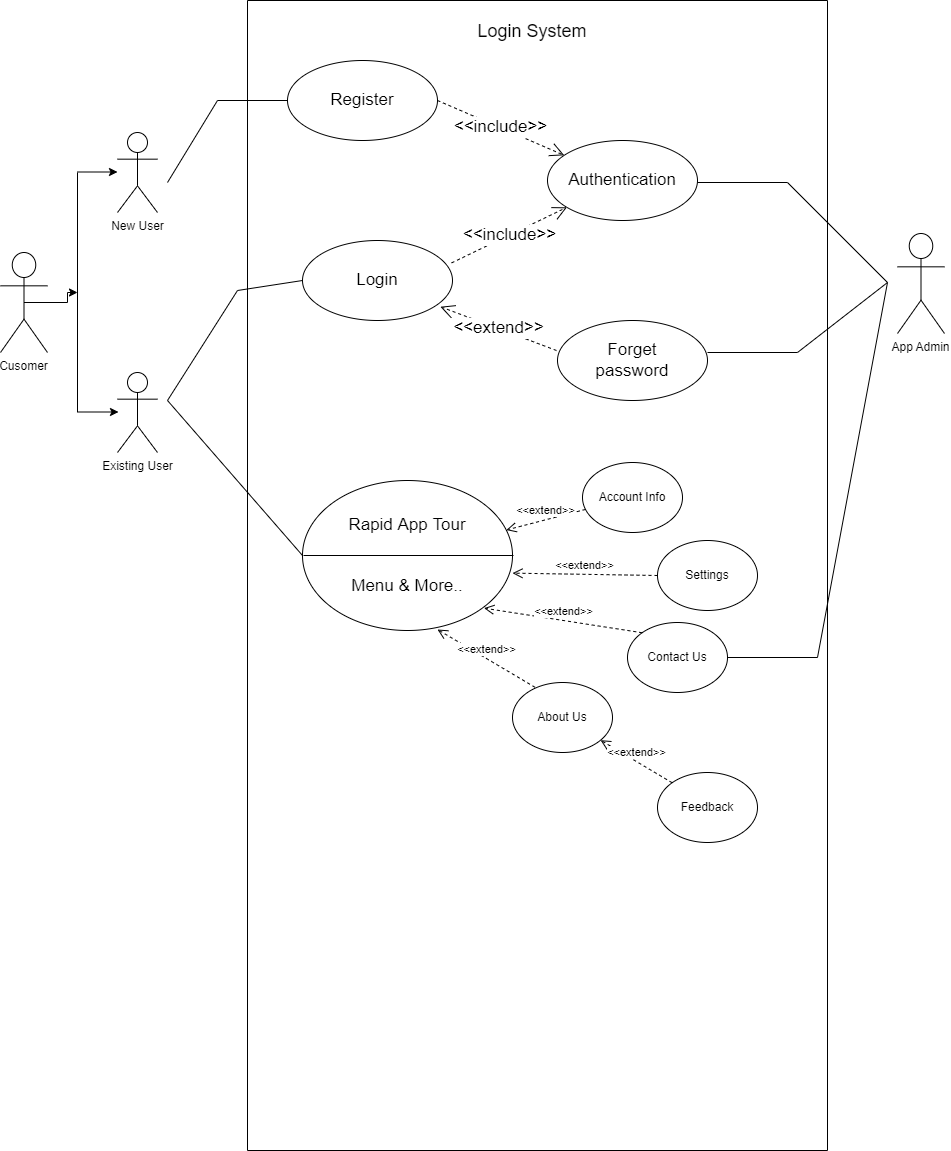
This is Login_form.drawio.png from BhavishyaBhojwani/Event-Management-System, a draw.io export, as it was before one commit. Source tidied: cells renumbered, new cells last; positions are measured from the earlier drawing's top-left corner, leaving out a move shared by most shapes. Its diagram source:
```xml
<mxGraphModel>
  <root>
    <mxCell id="0" />
    <mxCell id="1" parent="0" />
    <mxCell id="2" style="edgeStyle=orthogonalEdgeStyle;rounded=0;jettySize=auto;html=1;exitX=0.5;exitY=0.5;exitDx=0;exitDy=0;exitPerimeter=0;" parent="1" edge="1" source="3">
      <mxGeometry relative="1" as="geometry">
        <mxPoint x="77" y="292" as="targetPoint" />
      </mxGeometry>
    </mxCell>
    <mxCell id="3" value="Cusomer" style="shape=umlActor;verticalLabelPosition=bottom;verticalAlign=top;outlineConnect=0;" parent="1" vertex="1">
      <mxGeometry y="252" width="47" height="100" as="geometry" />
    </mxCell>
    <mxCell id="4" value="New User" style="shape=umlActor;verticalLabelPosition=bottom;verticalAlign=top;html=1;" parent="1" vertex="1">
      <mxGeometry x="117" y="132" width="40" height="80" as="geometry" />
    </mxCell>
    <mxCell id="5" value="Existing User" style="shape=umlActor;verticalLabelPosition=bottom;verticalAlign=top;html=1;" parent="1" vertex="1">
      <mxGeometry x="117" y="372" width="40" height="80" as="geometry" />
    </mxCell>
    <mxCell id="6" style="endArrow=none;html=1;rounded=0;" parent="1" edge="1">
      <mxGeometry relative="1" as="geometry">
        <mxPoint x="77" y="412" as="sourcePoint" />
        <mxPoint x="77" y="172" as="targetPoint" />
      </mxGeometry>
    </mxCell>
    <mxCell id="7" style="endArrow=classic;html=1;rounded=0;" parent="1" edge="1">
      <mxGeometry relative="1" as="geometry">
        <mxPoint x="77" y="171.5" as="sourcePoint" />
        <mxPoint x="117" y="171.5" as="targetPoint" />
      </mxGeometry>
    </mxCell>
    <mxCell id="8" style="endArrow=classic;html=1;rounded=0;" parent="1" edge="1">
      <mxGeometry relative="1" as="geometry">
        <mxPoint x="78" y="411.5" as="sourcePoint" />
        <mxPoint x="118" y="411.5" as="targetPoint" />
      </mxGeometry>
    </mxCell>
    <mxCell id="9" style="swimlane;whiteSpace=wrap;html=1;align=center;startSize=0;" parent="1" vertex="1">
      <mxGeometry x="247" width="580" height="1150" as="geometry" />
    </mxCell>
    <mxCell id="10" value="Register" style="ellipse;whiteSpace=wrap;html=1;fontSize=17;" parent="9" vertex="1">
      <mxGeometry x="40" y="60" width="150" height="80" as="geometry" />
    </mxCell>
    <mxCell id="11" value="Login" style="ellipse;whiteSpace=wrap;html=1;fontSize=17;" parent="9" vertex="1">
      <mxGeometry x="55" y="240" width="150" height="80" as="geometry" />
    </mxCell>
    <mxCell id="12" value="Authentication" style="ellipse;whiteSpace=wrap;html=1;fontSize=17;" parent="9" vertex="1">
      <mxGeometry x="300" y="140" width="150" height="80" as="geometry" />
    </mxCell>
    <mxCell id="13" value="Forget&lt;br&gt;password" style="ellipse;whiteSpace=wrap;html=1;fontSize=17;" parent="9" vertex="1">
      <mxGeometry x="310" y="320" width="150" height="80" as="geometry" />
    </mxCell>
    <mxCell id="14" value="&amp;lt;&amp;lt;include&amp;gt;&amp;gt;" style="endArrow=open;endSize=12;dashed=1;html=1;rounded=0;fontSize=17;exitX=0.994;exitY=0.28;exitDx=0;exitDy=0;exitPerimeter=0;" parent="9" edge="1" source="11" target="12">
      <mxGeometry relative="1" as="geometry" />
    </mxCell>
    <mxCell id="15" value="&amp;lt;&amp;lt;include&amp;gt;&amp;gt;" style="endArrow=open;endSize=12;dashed=1;html=1;rounded=0;fontSize=17;exitX=1;exitY=0.5;exitDx=0;exitDy=0;" parent="9" edge="1" source="10" target="12">
      <mxGeometry relative="1" as="geometry" />
    </mxCell>
    <mxCell id="16" value="&amp;lt;&amp;lt;extend&amp;gt;&amp;gt;" style="endArrow=open;endSize=12;dashed=1;html=1;rounded=0;fontSize=17;entryX=0.926;entryY=0.828;entryDx=0;entryDy=0;entryPerimeter=0;" parent="9" edge="1">
      <mxGeometry relative="1" as="geometry">
        <mxPoint x="309" y="350" as="sourcePoint" />
        <mxPoint x="192.9" y="306.2" as="targetPoint" />
      </mxGeometry>
    </mxCell>
    <mxCell id="17" style="endArrow=none;html=1;rounded=0;fontSize=17;" parent="9" edge="1">
      <mxGeometry relative="1" as="geometry">
        <mxPoint x="-80" y="182" as="sourcePoint" />
        <mxPoint x="40" y="100" as="targetPoint" />
        <Array as="points">
          <mxPoint x="-30" y="100" />
        </Array>
      </mxGeometry>
    </mxCell>
    <mxCell id="18" style="endArrow=none;html=1;rounded=0;fontSize=17;exitX=0;exitY=0.5;exitDx=0;exitDy=0;" parent="9" edge="1" source="19">
      <mxGeometry relative="1" as="geometry">
        <mxPoint x="55" y="280" as="targetPoint" />
        <Array as="points">
          <mxPoint x="-80" y="400" />
          <mxPoint x="-10" y="290" />
        </Array>
      </mxGeometry>
    </mxCell>
    <mxCell id="19" value="Rapid App Tour&lt;br&gt;&lt;br&gt;&lt;br&gt;Menu &amp;amp; More.." style="ellipse;whiteSpace=wrap;html=1;fontSize=17;" parent="9" vertex="1">
      <mxGeometry x="55" y="480" width="210" height="150" as="geometry" />
    </mxCell>
    <mxCell id="20" style="endArrow=none;html=1;rounded=0;exitX=0;exitY=0.5;exitDx=0;exitDy=0;entryX=1;entryY=0.5;entryDx=0;entryDy=0;" parent="9" edge="1">
      <mxGeometry relative="1" as="geometry">
        <mxPoint x="56" y="555" as="sourcePoint" />
        <mxPoint x="266" y="555" as="targetPoint" />
      </mxGeometry>
    </mxCell>
    <mxCell id="21" value="&amp;lt;&amp;lt;extend&amp;gt;&amp;gt;" style="html=1;verticalAlign=bottom;endArrow=open;dashed=1;endSize=8;rounded=0;" parent="9" edge="1" source="22" target="19">
      <mxGeometry relative="1" as="geometry" />
    </mxCell>
    <mxCell id="22" value="Account Info" style="ellipse;whiteSpace=wrap;html=1;" parent="9" vertex="1">
      <mxGeometry x="335" y="462" width="100" height="70" as="geometry" />
    </mxCell>
    <mxCell id="23" value="Settings" style="ellipse;whiteSpace=wrap;html=1;" parent="9" vertex="1">
      <mxGeometry x="410" y="540" width="100" height="70" as="geometry" />
    </mxCell>
    <mxCell id="24" value="Contact Us" style="ellipse;whiteSpace=wrap;html=1;" parent="9" vertex="1">
      <mxGeometry x="380" y="622" width="100" height="70" as="geometry" />
    </mxCell>
    <mxCell id="25" value="About Us" style="ellipse;whiteSpace=wrap;html=1;" parent="9" vertex="1">
      <mxGeometry x="265" y="682" width="100" height="70" as="geometry" />
    </mxCell>
    <mxCell id="26" value="&amp;lt;&amp;lt;extend&amp;gt;&amp;gt;" style="html=1;verticalAlign=bottom;endArrow=open;dashed=1;endSize=8;rounded=0;exitX=0;exitY=0.5;exitDx=0;exitDy=0;" parent="9" edge="1" source="23">
      <mxGeometry relative="1" as="geometry">
        <mxPoint x="265" y="572.6" as="targetPoint" />
      </mxGeometry>
    </mxCell>
    <mxCell id="27" value="&amp;lt;&amp;lt;extend&amp;gt;&amp;gt;" style="html=1;verticalAlign=bottom;endArrow=open;dashed=1;endSize=8;rounded=0;exitX=0;exitY=0;exitDx=0;exitDy=0;" parent="9" edge="1" source="24">
      <mxGeometry relative="1" as="geometry">
        <mxPoint x="236.5" y="607.6" as="targetPoint" />
      </mxGeometry>
    </mxCell>
    <mxCell id="28" value="&amp;lt;&amp;lt;extend&amp;gt;&amp;gt;" style="html=1;verticalAlign=bottom;endArrow=open;dashed=1;endSize=8;rounded=0;exitX=0.226;exitY=0.069;exitDx=0;exitDy=0;exitPerimeter=0;" parent="9" edge="1" source="25">
      <mxGeometry relative="1" as="geometry">
        <mxPoint x="190" y="629" as="targetPoint" />
      </mxGeometry>
    </mxCell>
    <mxCell id="29" value="Feedback" style="ellipse;whiteSpace=wrap;html=1;" parent="9" vertex="1">
      <mxGeometry x="410" y="772" width="100" height="70" as="geometry" />
    </mxCell>
    <mxCell id="30" value="&amp;lt;&amp;lt;extend&amp;gt;&amp;gt;" style="html=1;verticalAlign=bottom;endArrow=open;dashed=1;endSize=8;rounded=0;exitX=0;exitY=0;exitDx=0;exitDy=0;" parent="9" edge="1" source="29" target="25">
      <mxGeometry relative="1" as="geometry" />
    </mxCell>
    <mxCell id="31" style="endArrow=none;html=1;rounded=0;" parent="9" edge="1">
      <mxGeometry relative="1" as="geometry">
        <mxPoint x="450" y="182" as="sourcePoint" />
        <mxPoint x="460" y="352" as="targetPoint" />
        <Array as="points">
          <mxPoint x="540" y="182" />
          <mxPoint x="640" y="282" />
          <mxPoint x="550" y="352" />
        </Array>
      </mxGeometry>
    </mxCell>
    <mxCell id="32" value="Login System" style="text;html=1;strokeColor=none;fillColor=none;align=center;verticalAlign=middle;whiteSpace=wrap;rounded=0;fontSize=18;" parent="9" vertex="1">
      <mxGeometry x="220" y="2" width="130" height="58" as="geometry" />
    </mxCell>
    <mxCell id="33" value="App Admin" style="shape=umlActor;verticalLabelPosition=bottom;verticalAlign=top;" parent="1" vertex="1">
      <mxGeometry x="897" y="233" width="47" height="100" as="geometry" />
    </mxCell>
    <mxCell id="34" style="endArrow=none;html=1;rounded=0;exitX=1;exitY=0.5;exitDx=0;exitDy=0;" parent="1" edge="1" source="24">
      <mxGeometry relative="1" as="geometry">
        <mxPoint x="887" y="282" as="targetPoint" />
        <Array as="points">
          <mxPoint x="817" y="657" />
        </Array>
      </mxGeometry>
    </mxCell>
  </root>
</mxGraphModel>
```
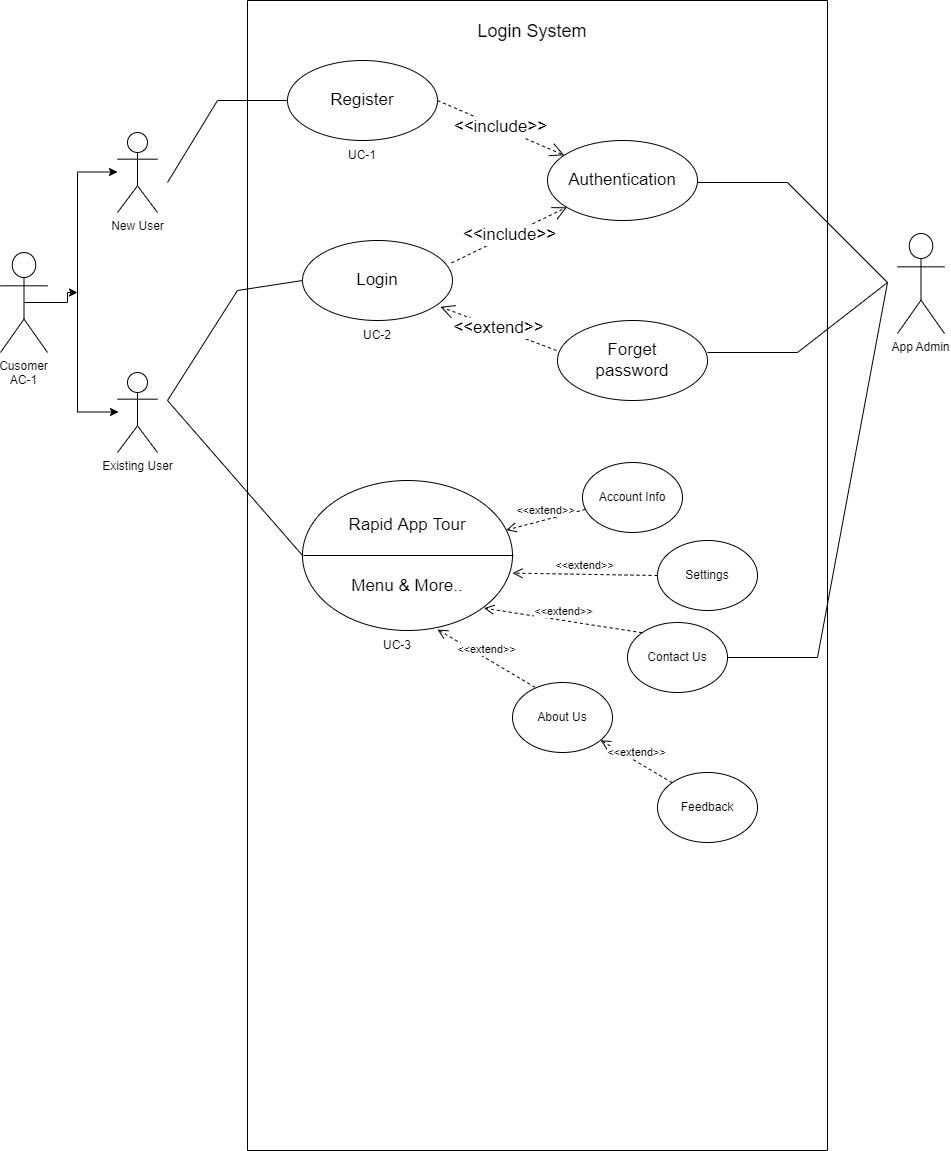
Later version of the same file.

Diff of the diagram source:
```diff
@@ -7,7 +7,7 @@
         <mxPoint x="77" y="292" as="targetPoint" />
       </mxGeometry>
     </mxCell>
-    <mxCell id="3" value="Cusomer" style="shape=umlActor;verticalLabelPosition=bottom;verticalAlign=top;outlineConnect=0;" parent="1" vertex="1">
+    <mxCell id="3" value="Cusomer&#10;AC-1&#10;" style="shape=umlActor;verticalLabelPosition=bottom;verticalAlign=top;outlineConnect=0;" parent="1" vertex="1">
       <mxGeometry y="252" width="47" height="100" as="geometry" />
     </mxCell>
     <mxCell id="4" value="New User" style="shape=umlActor;verticalLabelPosition=bottom;verticalAlign=top;html=1;" parent="1" vertex="1">
@@ -138,6 +138,15 @@
     <mxCell id="32" value="Login System" style="text;html=1;strokeColor=none;fillColor=none;align=center;verticalAlign=middle;whiteSpace=wrap;rounded=0;fontSize=18;" parent="9" vertex="1">
       <mxGeometry x="220" y="2" width="130" height="58" as="geometry" />
     </mxCell>
+    <mxCell id="35" value="UC-1" style="text;html=1;strokeColor=none;fillColor=none;align=center;verticalAlign=middle;whiteSpace=wrap;rounded=0;" parent="9" vertex="1">
+      <mxGeometry x="85" y="140" width="60" height="30" as="geometry" />
+    </mxCell>
+    <mxCell id="36" value="UC-2" style="text;html=1;strokeColor=none;fillColor=none;align=center;verticalAlign=middle;whiteSpace=wrap;rounded=0;" parent="9" vertex="1">
+      <mxGeometry x="100" y="320" width="60" height="30" as="geometry" />
+    </mxCell>
+    <mxCell id="37" value="UC-3" style="text;html=1;strokeColor=none;fillColor=none;align=center;verticalAlign=middle;whiteSpace=wrap;rounded=0;" parent="9" vertex="1">
+      <mxGeometry x="120" y="630" width="60" height="30" as="geometry" />
+    </mxCell>
     <mxCell id="33" value="App Admin" style="shape=umlActor;verticalLabelPosition=bottom;verticalAlign=top;" parent="1" vertex="1">
       <mxGeometry x="897" y="233" width="47" height="100" as="geometry" />
     </mxCell>
```
